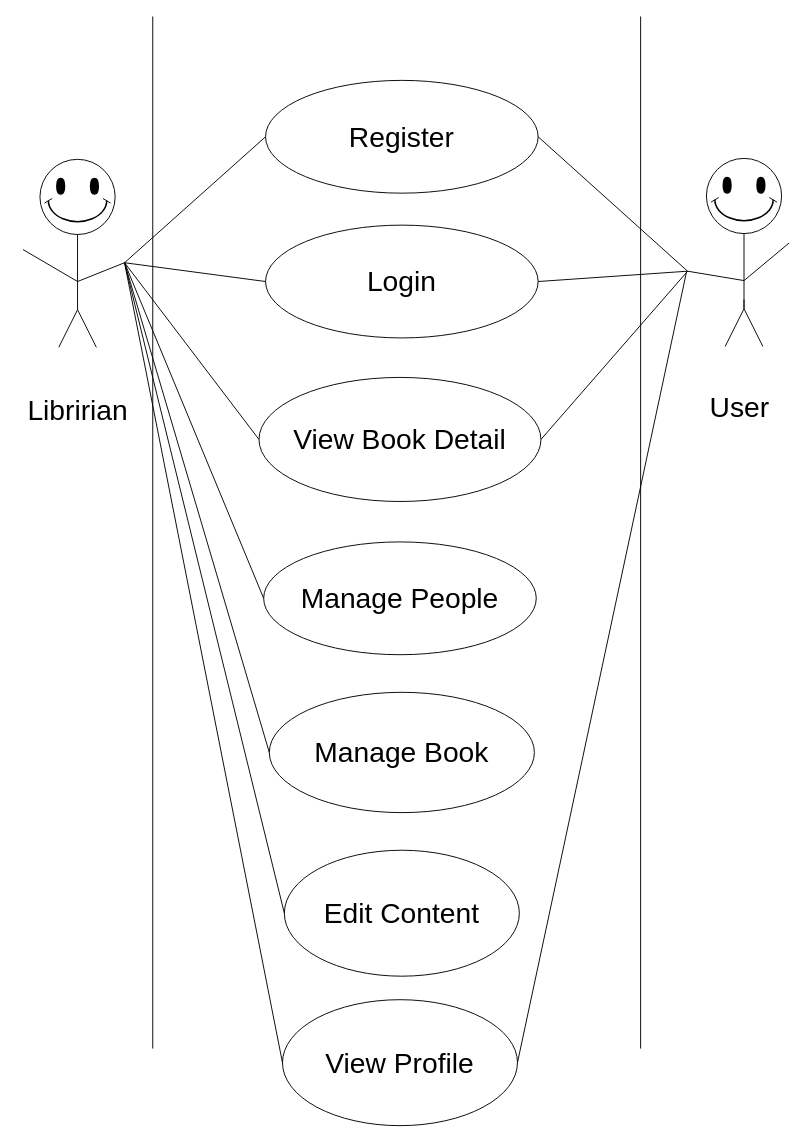
Before: page "useCase_library" (1 of 4) of config-learn.drawio in Anggieta2/konfigure_BE-learn, a draw.io diagram. Source tidied: cells renumbered, new cells numbered last; positions are measured from the earlier drawing's top-left corner, leaving out a move shared by most shapes. Both pictures are drawn from the tidied source at 94%, with x=0, y=0 at pixel (16, 16).
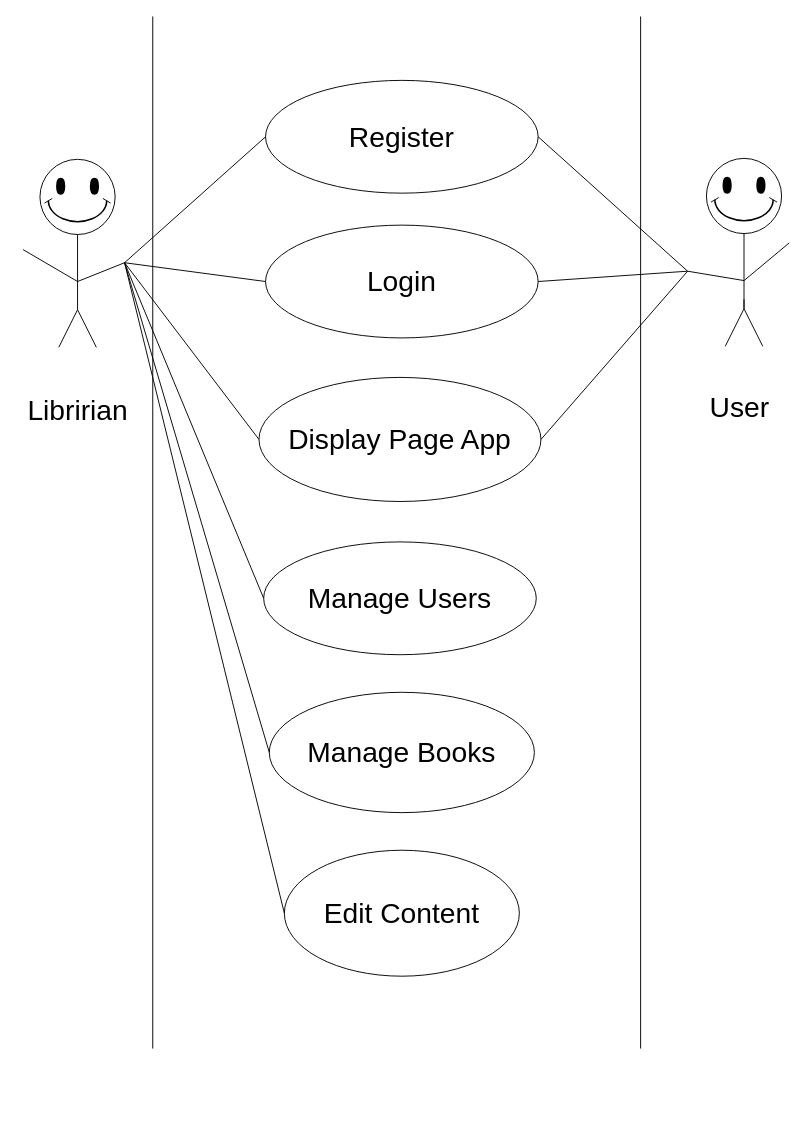
The same diagram, later.

Diff of the diagram source:
```diff
@@
-    <mxCell id="22" value="Manage Book" style="ellipse;whiteSpace=wrap;html=1;fontSize=30;" parent="1" vertex="1">
+    <mxCell id="22" value="Manage Books" style="ellipse;whiteSpace=wrap;html=1;fontSize=30;" parent="1" vertex="1">
       <mxGeometry x="269" y="719" width="282" height="128" as="geometry" />
     </mxCell>
-    <mxCell id="23" value="Manage People" style="ellipse;whiteSpace=wrap;html=1;fontSize=30;" parent="1" vertex="1">
+    <mxCell id="23" value="Manage Users" style="ellipse;whiteSpace=wrap;html=1;fontSize=30;" parent="1" vertex="1">
       <mxGeometry x="263" y="559" width="290" height="120" as="geometry" />
     </mxCell>
-    <mxCell id="24" value="View Book Detail" style="ellipse;whiteSpace=wrap;html=1;fontSize=30;" parent="1" vertex="1">
+    <mxCell id="24" value="Display Page App" style="ellipse;whiteSpace=wrap;html=1;fontSize=30;" parent="1" vertex="1">
       <mxGeometry x="258" y="384" width="300" height="132" as="geometry" />
     </mxCell>
@@
-    <mxCell id="26" value="View Profile" style="ellipse;whiteSpace=wrap;html=1;fontSize=30;" parent="1" vertex="1">
-      <mxGeometry x="283" y="1046" width="250" height="134" as="geometry" />
-    </mxCell>
@@
-    <mxCell id="33" style="endArrow=none;html=1;rounded=0;entryX=0;entryY=0.5;entryDx=0;entryDy=0;" parent="1" edge="1" target="26">
-      <mxGeometry relative="1" as="geometry">
-        <mxPoint x="115" y="262" as="sourcePoint" />
-      </mxGeometry>
-    </mxCell>
@@
-    <mxCell id="37" style="endArrow=none;html=1;rounded=0;exitX=1;exitY=0.5;exitDx=0;exitDy=0;" parent="1" edge="1" source="26">
-      <mxGeometry relative="1" as="geometry">
-        <mxPoint x="713" y="271" as="targetPoint" />
-      </mxGeometry>
-    </mxCell>
```
